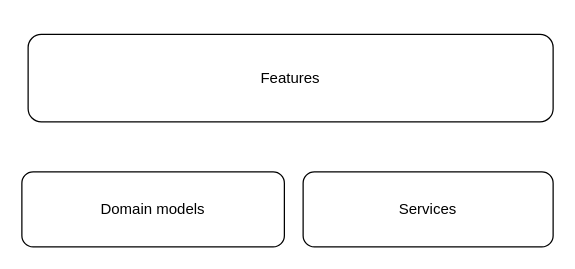
This is Design Patterns.drawio from chavp/data-modeling, a draw.io file, before an edit. Source tidied: cells renumbered, new cells numbered last; positions are measured from the earlier drawing's top-left corner, leaving out a move shared by most shapes. Both pictures are drawn from the tidied source at 125%, with x=0, y=0 at pixel (21, 34).
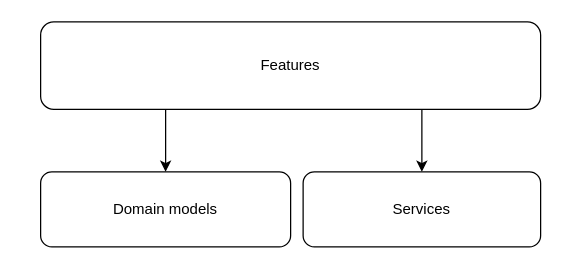
Above is the later version.

The edit, as a diff of the source:
```diff
@@
 <mxGraphModel>
   <root>
     <mxCell id="0" />
     <mxCell id="1" parent="0" />
+    <mxCell id="5" style="edgeStyle=orthogonalEdgeStyle;rounded=0;jettySize=auto;html=1;exitX=0.25;exitY=1;exitDx=0;exitDy=0;" parent="1" edge="1" source="2" target="3">
+      <mxGeometry relative="1" as="geometry" />
+    </mxCell>
+    <mxCell id="6" style="edgeStyle=orthogonalEdgeStyle;rounded=0;jettySize=auto;html=1;exitX=0.75;exitY=1;exitDx=0;exitDy=0;" parent="1" edge="1" source="2" target="4">
+      <mxGeometry relative="1" as="geometry">
+        <Array as="points">
+          <mxPoint x="320" y="60" />
+        </Array>
+      </mxGeometry>
+    </mxCell>
     <mxCell id="2" value="Features" style="rounded=1;whiteSpace=wrap;html=1;" parent="1" vertex="1">
-      <mxGeometry x="5" width="420" height="70" as="geometry" />
+      <mxGeometry x="15" y="-10" width="400" height="70" as="geometry" />
     </mxCell>
     <mxCell id="3" value="Domain models" style="rounded=1;whiteSpace=wrap;html=1;" parent="1" vertex="1">
-      <mxGeometry y="110" width="210" height="60" as="geometry" />
+      <mxGeometry x="15" y="110" width="200" height="60" as="geometry" />
     </mxCell>
     <mxCell id="4" value="Services" style="rounded=1;whiteSpace=wrap;html=1;" parent="1" vertex="1">
-      <mxGeometry x="225" y="110" width="200" height="60" as="geometry" />
+      <mxGeometry x="225" y="110" width="190" height="60" as="geometry" />
     </mxCell>
   </root>
 </mxGraphModel>
```
